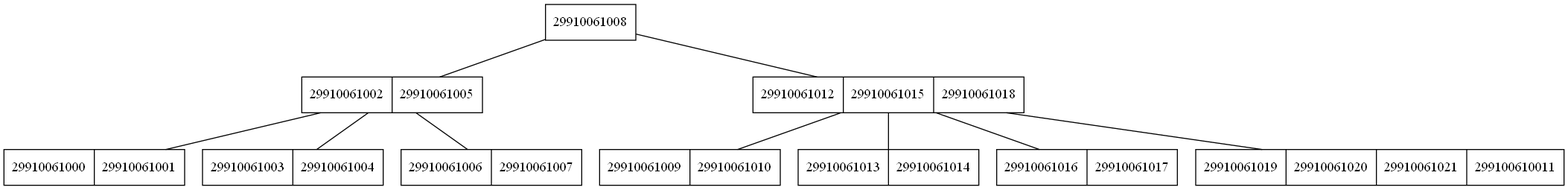
Above: Cliente/src/assets/arboles/usuarios.png in RojasCJP/EDD_VirtualMall_201900289 (Graphviz), before the change. Its source is kept beside it as Cliente/src/assets/graphviz/usuarios.dot.
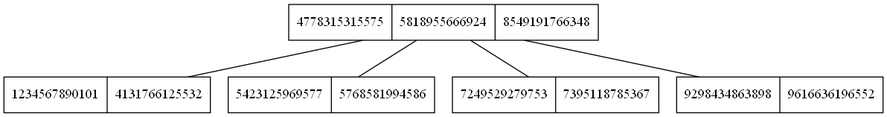
Above is the later version.

The edit, as a diff of the source:
```diff
@@ -1,22 +1,12 @@
 graph g {
 node [shape="record"];
-graph [rankdir="BT"];"29910061008" [label="29910061008"];
-"2991006100229910061005" [label="29910061002|29910061005"];
-"2991006100029910061001" [label="29910061000|29910061001"];
-"2991006100329910061004" [label="29910061003|29910061004"];
-"2991006100629910061007" [label="29910061006|29910061007"];
-"299100610122991006101529910061018" [label="29910061012|29910061015|29910061018"];
-"2991006100929910061010" [label="29910061009|29910061010"];
-"2991006101329910061014" [label="29910061013|29910061014"];
-"2991006101629910061017" [label="29910061016|29910061017"];
-"299100610192991006102029910061021299100610011" [label="29910061019|29910061020|29910061021|299100610011"];
-"2991006100229910061005"--"29910061008";
-"2991006100029910061001"--"2991006100229910061005";
-"2991006100329910061004"--"2991006100229910061005";
-"2991006100629910061007"--"2991006100229910061005";
-"299100610122991006101529910061018"--"29910061008";
-"2991006100929910061010"--"299100610122991006101529910061018";
-"2991006101329910061014"--"299100610122991006101529910061018";
-"2991006101629910061017"--"299100610122991006101529910061018";
-"299100610192991006102029910061021299100610011"--"299100610122991006101529910061018";
+graph [rankdir="BT"];"477831531557558189556669248549191766348" [label="4778315315575|5818955666924|8549191766348"];
+"12345678901014131766125532" [label="1234567890101|4131766125532"];
+"54231259695775768581994586" [label="5423125969577|5768581994586"];
+"72495292797537395118785367" [label="7249529279753|7395118785367"];
+"92984348638989616636196552" [label="9298434863898|9616636196552"];
+"12345678901014131766125532"--"477831531557558189556669248549191766348";
+"54231259695775768581994586"--"477831531557558189556669248549191766348";
+"72495292797537395118785367"--"477831531557558189556669248549191766348";
+"92984348638989616636196552"--"477831531557558189556669248549191766348";
 }
```
